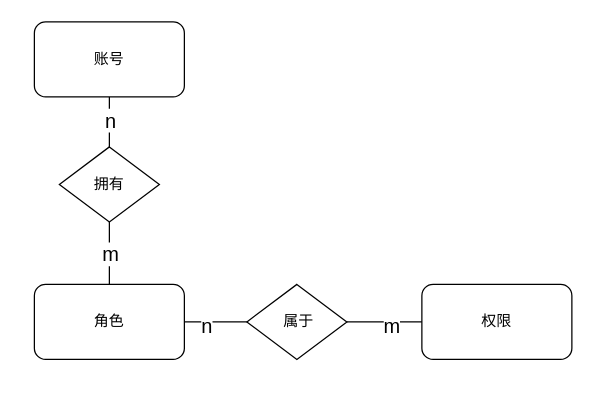
This is map/swms-er.drawio from msqtt/Sources, a draw.io file, before an edit. Source tidied: cells renumbered, new cells numbered last; positions are measured from the earlier drawing's top-left corner, leaving out a move shared by most shapes. Both pictures are drawn from the tidied source at 125%, with x=0, y=0 at pixel (34, 21).
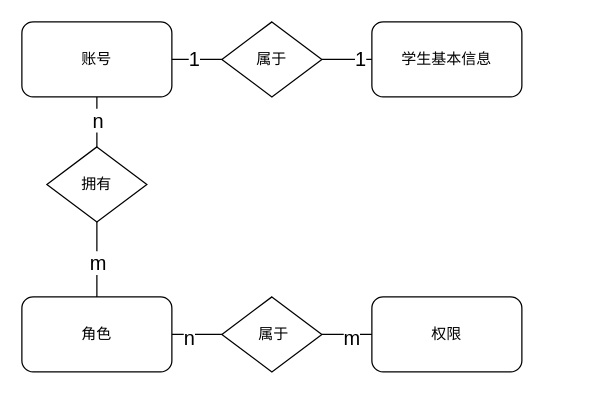
After the change.

The edit, as a diff of the source:
```diff
@@
     <mxCell id="4" value="账号" style="rounded=1;whiteSpace=wrap;html=1;" parent="1" vertex="1">
-      <mxGeometry width="120" height="60" as="geometry" />
+      <mxGeometry x="-10" width="120" height="60" as="geometry" />
     </mxCell>
     <mxCell id="5" value="权限" style="rounded=1;whiteSpace=wrap;html=1;" parent="1" vertex="1">
-      <mxGeometry x="310" y="210" width="120" height="60" as="geometry" />
+      <mxGeometry x="270" y="220" width="120" height="60" as="geometry" />
     </mxCell>
@@
     <mxCell id="8" value="角色" style="rounded=1;whiteSpace=wrap;html=1;" parent="1" vertex="1">
-      <mxGeometry y="210" width="120" height="60" as="geometry" />
+      <mxGeometry x="-10" y="220" width="120" height="60" as="geometry" />
     </mxCell>
@@
     <mxCell id="11" value="&amp;nbsp;属于" style="rhombus;whiteSpace=wrap;html=1;" parent="1" vertex="1">
-      <mxGeometry x="170" y="210" width="80" height="60" as="geometry" />
+      <mxGeometry x="150" y="220" width="80" height="60" as="geometry" />
     </mxCell>
@@
     <mxCell id="14" value="拥有" style="rhombus;whiteSpace=wrap;html=1;" parent="1" vertex="1">
-      <mxGeometry x="20" y="100" width="80" height="60" as="geometry" />
+      <mxGeometry x="10" y="100" width="80" height="60" as="geometry" />
     </mxCell>
+    <mxCell id="15" value="学生基本信息" style="rounded=1;whiteSpace=wrap;html=1;" parent="1" vertex="1">
+      <mxGeometry x="270" width="120" height="60" as="geometry" />
+    </mxCell>
+    <mxCell id="16" style="edgeStyle=orthogonalEdgeStyle;rounded=0;jettySize=auto;html=1;endArrow=none;endFill=0;" parent="1" edge="1" source="20" target="4">
+      <mxGeometry relative="1" as="geometry" />
+    </mxCell>
+    <mxCell id="17" value="1" style="edgeLabel;html=1;align=center;verticalAlign=middle;fontSize=16;" parent="16" vertex="1">
+      <mxGeometry x="0.16" y="-1" relative="1" as="geometry" />
+    </mxCell>
+    <mxCell id="18" style="edgeStyle=orthogonalEdgeStyle;rounded=0;jettySize=auto;html=1;endArrow=none;endFill=0;" parent="1" edge="1" source="20" target="15">
+      <mxGeometry relative="1" as="geometry" />
+    </mxCell>
+    <mxCell id="19" value="1" style="edgeLabel;html=1;align=center;verticalAlign=middle;fontSize=16;" parent="18" vertex="1">
+      <mxGeometry x="0.48" y="1" relative="1" as="geometry" />
+    </mxCell>
+    <mxCell id="20" value="属于" style="rhombus;whiteSpace=wrap;html=1;" parent="1" vertex="1">
+      <mxGeometry x="150" width="80" height="60" as="geometry" />
+    </mxCell>
```
